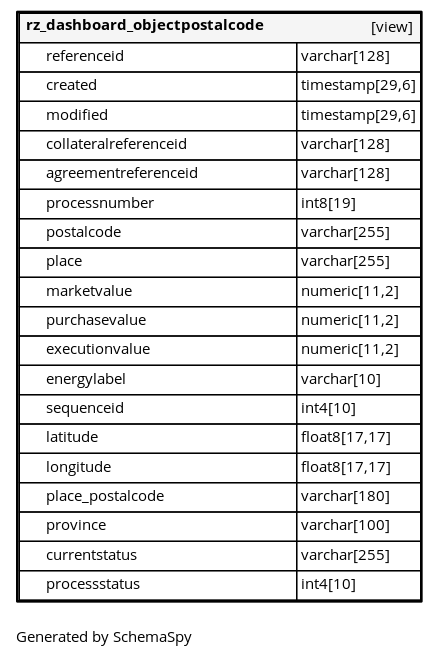
fyndoo/fyndoo.github.io keeps this Graphviz diagram as db_standardzone_version01/diagrams/tables/rz_dashboard_objectpostalcode.1degree.png. Above is the earlier version. Its source is kept beside it as db_standardzone_version01/diagrams/tables/rz_dashboard_objectpostalcode.1degree.dot. Its diagram source:
```dot
digraph "oneDegreeRelationshipsDiagram" {
  graph [
    rankdir="RL"
    bgcolor="#ffffff"
    label="\nGenerated by SchemaSpy"
    labeljust="l"
    nodesep="0.18"
    ranksep="0.46"
    fontname="Helvetica"
    fontsize="11"
    ration="compress"
  ];
  node [
    fontname="Helvetica"
    fontsize="11"
    shape="plaintext"
  ];
  edge [
    arrowsize="0.8"
  ];
  "rz_dashboard_objectpostalcode" [
   label=<
    <TABLE BORDER="2" CELLBORDER="1" CELLSPACING="0" BGCOLOR="#ffffff">
      <TR><TD COLSPAN="4"  BGCOLOR="#f5f5f5"><TABLE BORDER="0" CELLSPACING="0"><TR><TD ALIGN="LEFT" FIXEDSIZE="TRUE" WIDTH="187" HEIGHT="16"><B>rz_dashboard_objectpostalcode</B></TD><TD ALIGN="RIGHT">[view]</TD></TR></TABLE></TD></TR>
      <TR><TD PORT="referenceid" COLSPAN="2" ALIGN="LEFT"><TABLE BORDER="0" CELLSPACING="0" ALIGN="LEFT"><TR ALIGN="LEFT"><TD ALIGN="LEFT" FIXEDSIZE="TRUE" WIDTH="15" HEIGHT="16"></TD><TD ALIGN="LEFT" FIXEDSIZE="TRUE" WIDTH="187" HEIGHT="16">referenceid</TD></TR></TABLE></TD><TD PORT="referenceid.type" ALIGN="LEFT">varchar[128]</TD></TR>
      <TR><TD PORT="created" COLSPAN="2" ALIGN="LEFT"><TABLE BORDER="0" CELLSPACING="0" ALIGN="LEFT"><TR ALIGN="LEFT"><TD ALIGN="LEFT" FIXEDSIZE="TRUE" WIDTH="15" HEIGHT="16"></TD><TD ALIGN="LEFT" FIXEDSIZE="TRUE" WIDTH="187" HEIGHT="16">created</TD></TR></TABLE></TD><TD PORT="created.type" ALIGN="LEFT">timestamp[29,6]</TD></TR>
      <TR><TD PORT="modified" COLSPAN="2" ALIGN="LEFT"><TABLE BORDER="0" CELLSPACING="0" ALIGN="LEFT"><TR ALIGN="LEFT"><TD ALIGN="LEFT" FIXEDSIZE="TRUE" WIDTH="15" HEIGHT="16"></TD><TD ALIGN="LEFT" FIXEDSIZE="TRUE" WIDTH="187" HEIGHT="16">modified</TD></TR></TABLE></TD><TD PORT="modified.type" ALIGN="LEFT">timestamp[29,6]</TD></TR>
      <TR><TD PORT="collateralreferenceid" COLSPAN="2" ALIGN="LEFT"><TABLE BORDER="0" CELLSPACING="0" ALIGN="LEFT"><TR ALIGN="LEFT"><TD ALIGN="LEFT" FIXEDSIZE="TRUE" WIDTH="15" HEIGHT="16"></TD><TD ALIGN="LEFT" FIXEDSIZE="TRUE" WIDTH="187" HEIGHT="16">collateralreferenceid</TD></TR></TABLE></TD><TD PORT="collateralreferenceid.type" ALIGN="LEFT">varchar[128]</TD></TR>
      <TR><TD PORT="agreementreferenceid" COLSPAN="2" ALIGN="LEFT"><TABLE BORDER="0" CELLSPACING="0" ALIGN="LEFT"><TR ALIGN="LEFT"><TD ALIGN="LEFT" FIXEDSIZE="TRUE" WIDTH="15" HEIGHT="16"></TD><TD ALIGN="LEFT" FIXEDSIZE="TRUE" WIDTH="187" HEIGHT="16">agreementreferenceid</TD></TR></TABLE></TD><TD PORT="agreementreferenceid.type" ALIGN="LEFT">varchar[128]</TD></TR>
      <TR><TD PORT="processnumber" COLSPAN="2" ALIGN="LEFT"><TABLE BORDER="0" CELLSPACING="0" ALIGN="LEFT"><TR ALIGN="LEFT"><TD ALIGN="LEFT" FIXEDSIZE="TRUE" WIDTH="15" HEIGHT="16"></TD><TD ALIGN="LEFT" FIXEDSIZE="TRUE" WIDTH="187" HEIGHT="16">processnumber</TD></TR></TABLE></TD><TD PORT="processnumber.type" ALIGN="LEFT">int8[19]</TD></TR>
      <TR><TD PORT="postalcode" COLSPAN="2" ALIGN="LEFT"><TABLE BORDER="0" CELLSPACING="0" ALIGN="LEFT"><TR ALIGN="LEFT"><TD ALIGN="LEFT" FIXEDSIZE="TRUE" WIDTH="15" HEIGHT="16"></TD><TD ALIGN="LEFT" FIXEDSIZE="TRUE" WIDTH="187" HEIGHT="16">postalcode</TD></TR></TABLE></TD><TD PORT="postalcode.type" ALIGN="LEFT">varchar[255]</TD></TR>
      <TR><TD PORT="place" COLSPAN="2" ALIGN="LEFT"><TABLE BORDER="0" CELLSPACING="0" ALIGN="LEFT"><TR ALIGN="LEFT"><TD ALIGN="LEFT" FIXEDSIZE="TRUE" WIDTH="15" HEIGHT="16"></TD><TD ALIGN="LEFT" FIXEDSIZE="TRUE" WIDTH="187" HEIGHT="16">place</TD></TR></TABLE></TD><TD PORT="place.type" ALIGN="LEFT">varchar[255]</TD></TR>
      <TR><TD PORT="marketvalue" COLSPAN="2" ALIGN="LEFT"><TABLE BORDER="0" CELLSPACING="0" ALIGN="LEFT"><TR ALIGN="LEFT"><TD ALIGN="LEFT" FIXEDSIZE="TRUE" WIDTH="15" HEIGHT="16"></TD><TD ALIGN="LEFT" FIXEDSIZE="TRUE" WIDTH="187" HEIGHT="16">marketvalue</TD></TR></TABLE></TD><TD PORT="marketvalue.type" ALIGN="LEFT">numeric[11,2]</TD></TR>
      <TR><TD PORT="purchasevalue" COLSPAN="2" ALIGN="LEFT"><TABLE BORDER="0" CELLSPACING="0" ALIGN="LEFT"><TR ALIGN="LEFT"><TD ALIGN="LEFT" FIXEDSIZE="TRUE" WIDTH="15" HEIGHT="16"></TD><TD ALIGN="LEFT" FIXEDSIZE="TRUE" WIDTH="187" HEIGHT="16">purchasevalue</TD></TR></TABLE></TD><TD PORT="purchasevalue.type" ALIGN="LEFT">numeric[11,2]</TD></TR>
      <TR><TD PORT="executionvalue" COLSPAN="2" ALIGN="LEFT"><TABLE BORDER="0" CELLSPACING="0" ALIGN="LEFT"><TR ALIGN="LEFT"><TD ALIGN="LEFT" FIXEDSIZE="TRUE" WIDTH="15" HEIGHT="16"></TD><TD ALIGN="LEFT" FIXEDSIZE="TRUE" WIDTH="187" HEIGHT="16">executionvalue</TD></TR></TABLE></TD><TD PORT="executionvalue.type" ALIGN="LEFT">numeric[11,2]</TD></TR>
      <TR><TD PORT="energylabel" COLSPAN="2" ALIGN="LEFT"><TABLE BORDER="0" CELLSPACING="0" ALIGN="LEFT"><TR ALIGN="LEFT"><TD ALIGN="LEFT" FIXEDSIZE="TRUE" WIDTH="15" HEIGHT="16"></TD><TD ALIGN="LEFT" FIXEDSIZE="TRUE" WIDTH="187" HEIGHT="16">energylabel</TD></TR></TABLE></TD><TD PORT="energylabel.type" ALIGN="LEFT">varchar[10]</TD></TR>
      <TR><TD PORT="sequenceid" COLSPAN="2" ALIGN="LEFT"><TABLE BORDER="0" CELLSPACING="0" ALIGN="LEFT"><TR ALIGN="LEFT"><TD ALIGN="LEFT" FIXEDSIZE="TRUE" WIDTH="15" HEIGHT="16"></TD><TD ALIGN="LEFT" FIXEDSIZE="TRUE" WIDTH="187" HEIGHT="16">sequenceid</TD></TR></TABLE></TD><TD PORT="sequenceid.type" ALIGN="LEFT">int4[10]</TD></TR>
      <TR><TD PORT="latitude" COLSPAN="2" ALIGN="LEFT"><TABLE BORDER="0" CELLSPACING="0" ALIGN="LEFT"><TR ALIGN="LEFT"><TD ALIGN="LEFT" FIXEDSIZE="TRUE" WIDTH="15" HEIGHT="16"></TD><TD ALIGN="LEFT" FIXEDSIZE="TRUE" WIDTH="187" HEIGHT="16">latitude</TD></TR></TABLE></TD><TD PORT="latitude.type" ALIGN="LEFT">float8[17,17]</TD></TR>
      <TR><TD PORT="longitude" COLSPAN="2" ALIGN="LEFT"><TABLE BORDER="0" CELLSPACING="0" ALIGN="LEFT"><TR ALIGN="LEFT"><TD ALIGN="LEFT" FIXEDSIZE="TRUE" WIDTH="15" HEIGHT="16"></TD><TD ALIGN="LEFT" FIXEDSIZE="TRUE" WIDTH="187" HEIGHT="16">longitude</TD></TR></TABLE></TD><TD PORT="longitude.type" ALIGN="LEFT">float8[17,17]</TD></TR>
      <TR><TD PORT="place_postalcode" COLSPAN="2" ALIGN="LEFT"><TABLE BORDER="0" CELLSPACING="0" ALIGN="LEFT"><TR ALIGN="LEFT"><TD ALIGN="LEFT" FIXEDSIZE="TRUE" WIDTH="15" HEIGHT="16"></TD><TD ALIGN="LEFT" FIXEDSIZE="TRUE" WIDTH="187" HEIGHT="16">place_postalcode</TD></TR></TABLE></TD><TD PORT="place_postalcode.type" ALIGN="LEFT">varchar[180]</TD></TR>
      <TR><TD PORT="province" COLSPAN="2" ALIGN="LEFT"><TABLE BORDER="0" CELLSPACING="0" ALIGN="LEFT"><TR ALIGN="LEFT"><TD ALIGN="LEFT" FIXEDSIZE="TRUE" WIDTH="15" HEIGHT="16"></TD><TD ALIGN="LEFT" FIXEDSIZE="TRUE" WIDTH="187" HEIGHT="16">province</TD></TR></TABLE></TD><TD PORT="province.type" ALIGN="LEFT">varchar[100]</TD></TR>
      <TR><TD PORT="currentstatus" COLSPAN="2" ALIGN="LEFT"><TABLE BORDER="0" CELLSPACING="0" ALIGN="LEFT"><TR ALIGN="LEFT"><TD ALIGN="LEFT" FIXEDSIZE="TRUE" WIDTH="15" HEIGHT="16"></TD><TD ALIGN="LEFT" FIXEDSIZE="TRUE" WIDTH="187" HEIGHT="16">currentstatus</TD></TR></TABLE></TD><TD PORT="currentstatus.type" ALIGN="LEFT">varchar[255]</TD></TR>
      <TR><TD PORT="processstatus" COLSPAN="2" ALIGN="LEFT"><TABLE BORDER="0" CELLSPACING="0" ALIGN="LEFT"><TR ALIGN="LEFT"><TD ALIGN="LEFT" FIXEDSIZE="TRUE" WIDTH="15" HEIGHT="16"></TD><TD ALIGN="LEFT" FIXEDSIZE="TRUE" WIDTH="187" HEIGHT="16">processstatus</TD></TR></TABLE></TD><TD PORT="processstatus.type" ALIGN="LEFT">int4[10]</TD></TR>
    </TABLE>>
    URL="rz_dashboard_objectpostalcode.html"
    target="_top"
    tooltip="rz_dashboard_objectpostalcode"
  ];
}
```
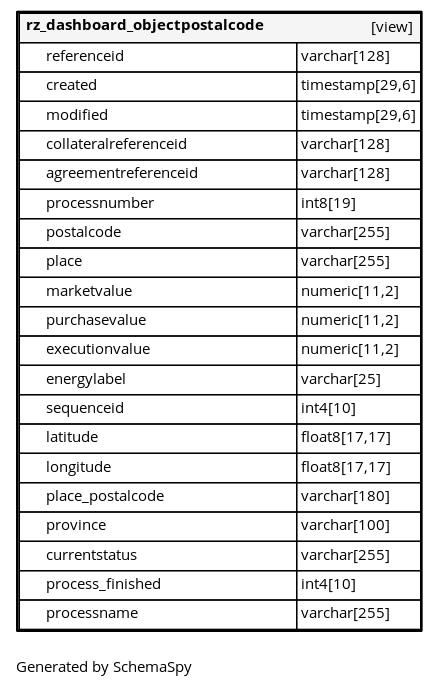
The same diagram one commit later.

Diff of the diagram source:
```diff
@@ -33,14 +33,15 @@
       <TR><TD PORT="marketvalue" COLSPAN="2" ALIGN="LEFT"><TABLE BORDER="0" CELLSPACING="0" ALIGN="LEFT"><TR ALIGN="LEFT"><TD ALIGN="LEFT" FIXEDSIZE="TRUE" WIDTH="15" HEIGHT="16"></TD><TD ALIGN="LEFT" FIXEDSIZE="TRUE" WIDTH="187" HEIGHT="16">marketvalue</TD></TR></TABLE></TD><TD PORT="marketvalue.type" ALIGN="LEFT">numeric[11,2]</TD></TR>
       <TR><TD PORT="purchasevalue" COLSPAN="2" ALIGN="LEFT"><TABLE BORDER="0" CELLSPACING="0" ALIGN="LEFT"><TR ALIGN="LEFT"><TD ALIGN="LEFT" FIXEDSIZE="TRUE" WIDTH="15" HEIGHT="16"></TD><TD ALIGN="LEFT" FIXEDSIZE="TRUE" WIDTH="187" HEIGHT="16">purchasevalue</TD></TR></TABLE></TD><TD PORT="purchasevalue.type" ALIGN="LEFT">numeric[11,2]</TD></TR>
       <TR><TD PORT="executionvalue" COLSPAN="2" ALIGN="LEFT"><TABLE BORDER="0" CELLSPACING="0" ALIGN="LEFT"><TR ALIGN="LEFT"><TD ALIGN="LEFT" FIXEDSIZE="TRUE" WIDTH="15" HEIGHT="16"></TD><TD ALIGN="LEFT" FIXEDSIZE="TRUE" WIDTH="187" HEIGHT="16">executionvalue</TD></TR></TABLE></TD><TD PORT="executionvalue.type" ALIGN="LEFT">numeric[11,2]</TD></TR>
-      <TR><TD PORT="energylabel" COLSPAN="2" ALIGN="LEFT"><TABLE BORDER="0" CELLSPACING="0" ALIGN="LEFT"><TR ALIGN="LEFT"><TD ALIGN="LEFT" FIXEDSIZE="TRUE" WIDTH="15" HEIGHT="16"></TD><TD ALIGN="LEFT" FIXEDSIZE="TRUE" WIDTH="187" HEIGHT="16">energylabel</TD></TR></TABLE></TD><TD PORT="energylabel.type" ALIGN="LEFT">varchar[10]</TD></TR>
+      <TR><TD PORT="energylabel" COLSPAN="2" ALIGN="LEFT"><TABLE BORDER="0" CELLSPACING="0" ALIGN="LEFT"><TR ALIGN="LEFT"><TD ALIGN="LEFT" FIXEDSIZE="TRUE" WIDTH="15" HEIGHT="16"></TD><TD ALIGN="LEFT" FIXEDSIZE="TRUE" WIDTH="187" HEIGHT="16">energylabel</TD></TR></TABLE></TD><TD PORT="energylabel.type" ALIGN="LEFT">varchar[25]</TD></TR>
       <TR><TD PORT="sequenceid" COLSPAN="2" ALIGN="LEFT"><TABLE BORDER="0" CELLSPACING="0" ALIGN="LEFT"><TR ALIGN="LEFT"><TD ALIGN="LEFT" FIXEDSIZE="TRUE" WIDTH="15" HEIGHT="16"></TD><TD ALIGN="LEFT" FIXEDSIZE="TRUE" WIDTH="187" HEIGHT="16">sequenceid</TD></TR></TABLE></TD><TD PORT="sequenceid.type" ALIGN="LEFT">int4[10]</TD></TR>
       <TR><TD PORT="latitude" COLSPAN="2" ALIGN="LEFT"><TABLE BORDER="0" CELLSPACING="0" ALIGN="LEFT"><TR ALIGN="LEFT"><TD ALIGN="LEFT" FIXEDSIZE="TRUE" WIDTH="15" HEIGHT="16"></TD><TD ALIGN="LEFT" FIXEDSIZE="TRUE" WIDTH="187" HEIGHT="16">latitude</TD></TR></TABLE></TD><TD PORT="latitude.type" ALIGN="LEFT">float8[17,17]</TD></TR>
       <TR><TD PORT="longitude" COLSPAN="2" ALIGN="LEFT"><TABLE BORDER="0" CELLSPACING="0" ALIGN="LEFT"><TR ALIGN="LEFT"><TD ALIGN="LEFT" FIXEDSIZE="TRUE" WIDTH="15" HEIGHT="16"></TD><TD ALIGN="LEFT" FIXEDSIZE="TRUE" WIDTH="187" HEIGHT="16">longitude</TD></TR></TABLE></TD><TD PORT="longitude.type" ALIGN="LEFT">float8[17,17]</TD></TR>
       <TR><TD PORT="place_postalcode" COLSPAN="2" ALIGN="LEFT"><TABLE BORDER="0" CELLSPACING="0" ALIGN="LEFT"><TR ALIGN="LEFT"><TD ALIGN="LEFT" FIXEDSIZE="TRUE" WIDTH="15" HEIGHT="16"></TD><TD ALIGN="LEFT" FIXEDSIZE="TRUE" WIDTH="187" HEIGHT="16">place_postalcode</TD></TR></TABLE></TD><TD PORT="place_postalcode.type" ALIGN="LEFT">varchar[180]</TD></TR>
       <TR><TD PORT="province" COLSPAN="2" ALIGN="LEFT"><TABLE BORDER="0" CELLSPACING="0" ALIGN="LEFT"><TR ALIGN="LEFT"><TD ALIGN="LEFT" FIXEDSIZE="TRUE" WIDTH="15" HEIGHT="16"></TD><TD ALIGN="LEFT" FIXEDSIZE="TRUE" WIDTH="187" HEIGHT="16">province</TD></TR></TABLE></TD><TD PORT="province.type" ALIGN="LEFT">varchar[100]</TD></TR>
       <TR><TD PORT="currentstatus" COLSPAN="2" ALIGN="LEFT"><TABLE BORDER="0" CELLSPACING="0" ALIGN="LEFT"><TR ALIGN="LEFT"><TD ALIGN="LEFT" FIXEDSIZE="TRUE" WIDTH="15" HEIGHT="16"></TD><TD ALIGN="LEFT" FIXEDSIZE="TRUE" WIDTH="187" HEIGHT="16">currentstatus</TD></TR></TABLE></TD><TD PORT="currentstatus.type" ALIGN="LEFT">varchar[255]</TD></TR>
-      <TR><TD PORT="processstatus" COLSPAN="2" ALIGN="LEFT"><TABLE BORDER="0" CELLSPACING="0" ALIGN="LEFT"><TR ALIGN="LEFT"><TD ALIGN="LEFT" FIXEDSIZE="TRUE" WIDTH="15" HEIGHT="16"></TD><TD ALIGN="LEFT" FIXEDSIZE="TRUE" WIDTH="187" HEIGHT="16">processstatus</TD></TR></TABLE></TD><TD PORT="processstatus.type" ALIGN="LEFT">int4[10]</TD></TR>
+      <TR><TD PORT="process_finished" COLSPAN="2" ALIGN="LEFT"><TABLE BORDER="0" CELLSPACING="0" ALIGN="LEFT"><TR ALIGN="LEFT"><TD ALIGN="LEFT" FIXEDSIZE="TRUE" WIDTH="15" HEIGHT="16"></TD><TD ALIGN="LEFT" FIXEDSIZE="TRUE" WIDTH="187" HEIGHT="16">process_finished</TD></TR></TABLE></TD><TD PORT="process_finished.type" ALIGN="LEFT">int4[10]</TD></TR>
+      <TR><TD PORT="processname" COLSPAN="2" ALIGN="LEFT"><TABLE BORDER="0" CELLSPACING="0" ALIGN="LEFT"><TR ALIGN="LEFT"><TD ALIGN="LEFT" FIXEDSIZE="TRUE" WIDTH="15" HEIGHT="16"></TD><TD ALIGN="LEFT" FIXEDSIZE="TRUE" WIDTH="187" HEIGHT="16">processname</TD></TR></TABLE></TD><TD PORT="processname.type" ALIGN="LEFT">varchar[255]</TD></TR>
     </TABLE>>
     URL="rz_dashboard_objectpostalcode.html"
     target="_top"
```
